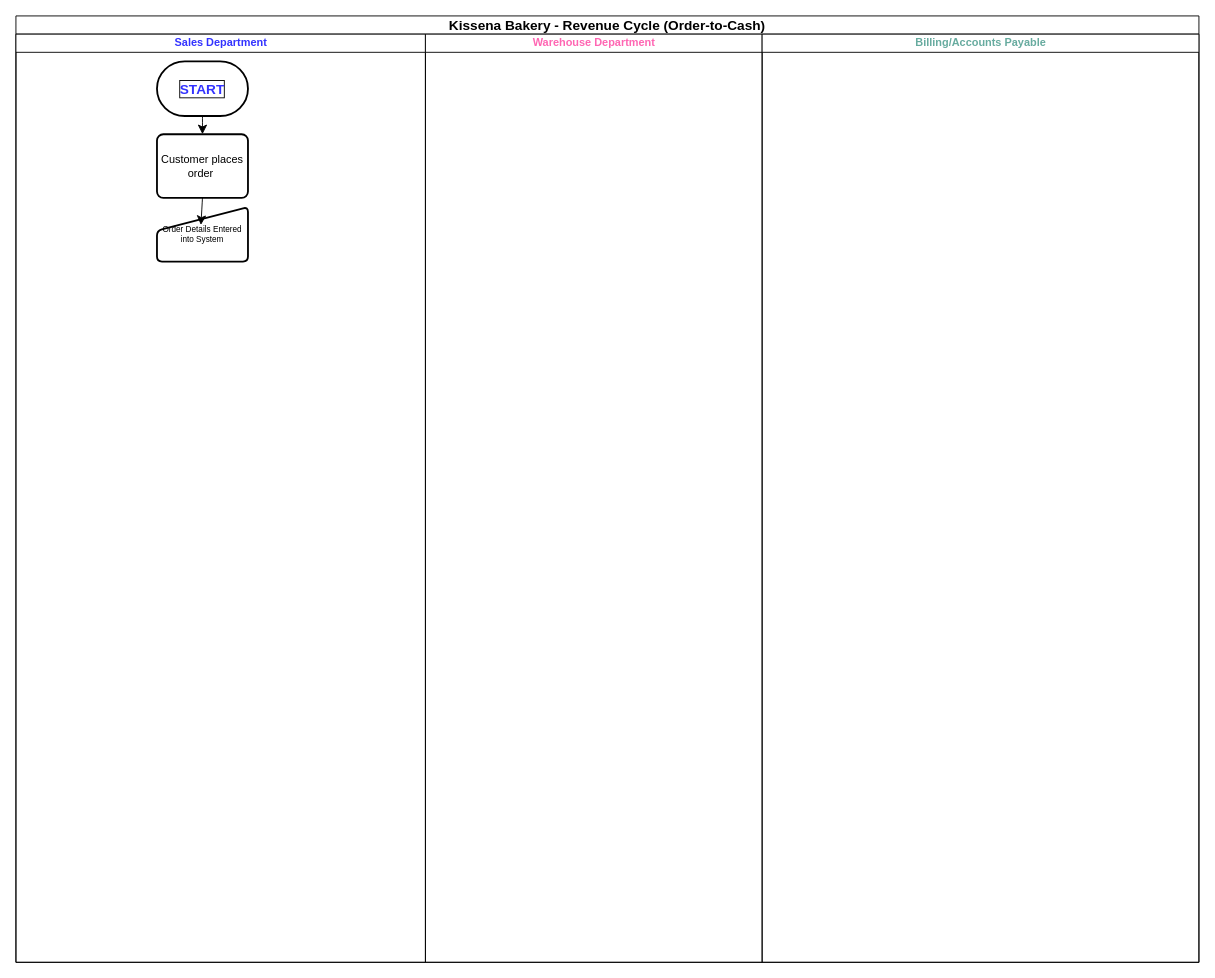
The draw.io diagram Revenue_Cycle_Controls.drawio in jacksharon/drawio, before the edit. Source tidied: cells renumbered, new cells numbered last; positions are measured from the earlier drawing's top-left corner, leaving out a move shared by most shapes. Both pictures are drawn from the tidied source at 91%, with x=0, y=0 at pixel (15, 15).
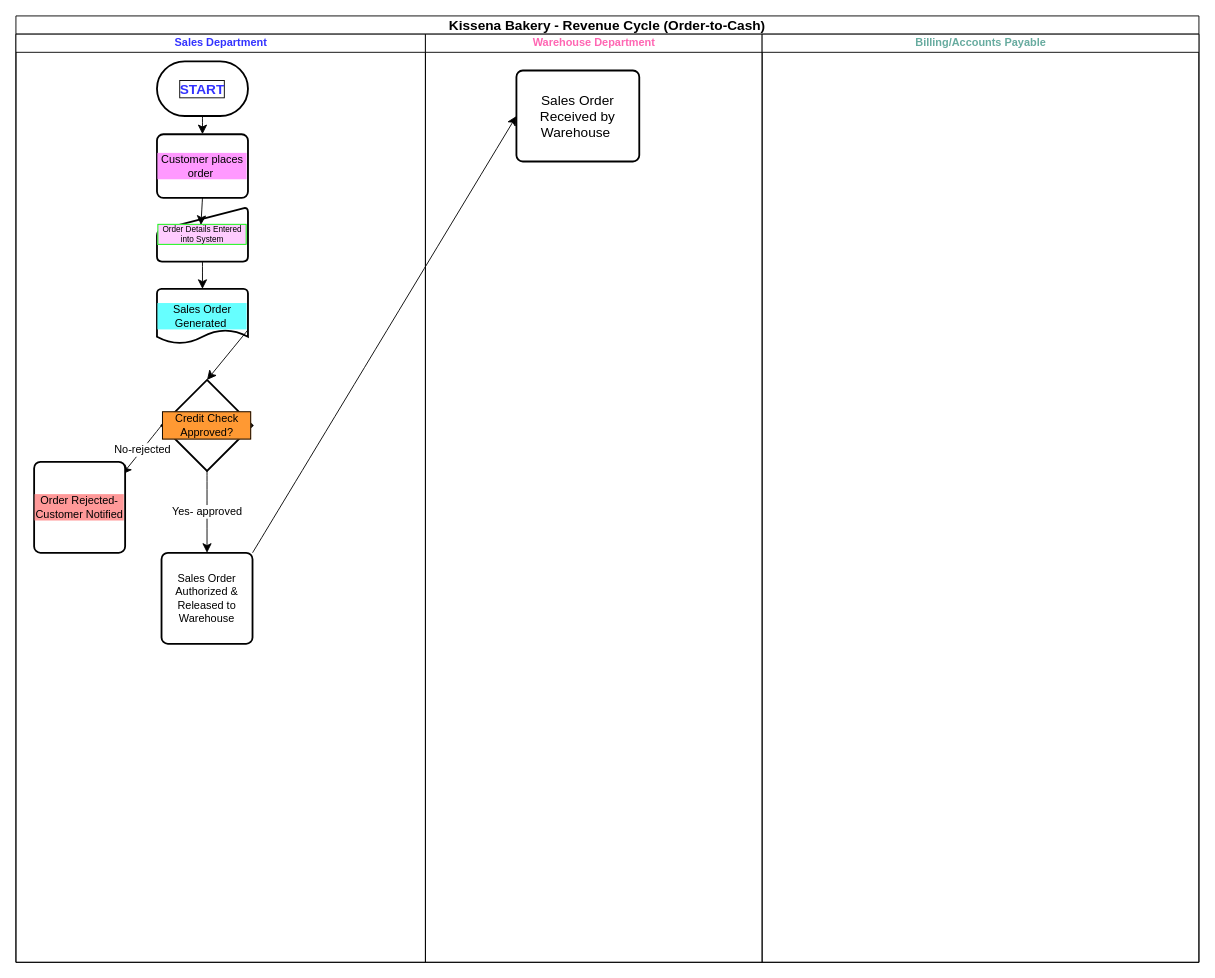
Above is the later version.

Unchanged cells that the change refers to:
```xml
<mxCell id="2" value="Kissena Bakery - Revenue Cycle (Order-to-Cash)" style="swimlane;html=1;startSize=20;whiteSpace=wrap;fontSize=15;" parent="1" vertex="1">
  <mxGeometry width="1300" height="1040" as="geometry" />
</mxCell>
<mxCell id="3" value="Sales Department" style="swimlane;html=1;startSize=20;fontColor=#3333FF;" parent="2" vertex="1">
  <mxGeometry y="20" width="450" height="1020" as="geometry" />
</mxCell>
<mxCell id="9" value="Warehouse Department" style="swimlane;html=1;startSize=20;fontColor=#FF66B3;" parent="2" vertex="1">
  <mxGeometry x="450" y="20" width="370" height="1020" as="geometry" />
</mxCell>
```

What changed in the source:
```diff
@@
-    <mxCell id="6" value="Customer places order&amp;nbsp;" style="rounded=1;whiteSpace=wrap;html=1;absoluteArcSize=1;arcSize=14;strokeWidth=2;" parent="3" vertex="1">
+    <mxCell id="6" value="Customer places order&amp;nbsp;" style="rounded=1;whiteSpace=wrap;html=1;absoluteArcSize=1;arcSize=14;strokeWidth=2;fontColor=#000000;labelBackgroundColor=#FF99FF;" parent="3" vertex="1">
       <mxGeometry x="155" y="110" width="100" height="70" as="geometry" />
     </mxCell>
-    <mxCell id="7" value="Order Details Entered into System" style="html=1;strokeWidth=2;shape=manualInput;whiteSpace=wrap;rounded=1;size=26;arcSize=11;fontSize=9;" parent="3" vertex="1">
+    <mxCell id="7" value="Order Details Entered into System" style="html=1;strokeWidth=2;shape=manualInput;whiteSpace=wrap;rounded=1;size=26;arcSize=11;fontSize=9;labelBorderColor=#00FF00;labelBackgroundColor=#FFCCFF;" parent="3" vertex="1">
       <mxGeometry x="155" y="190" width="100" height="60" as="geometry" />
     </mxCell>
@@
+    <mxCell id="11" value="Sales Order Generated&amp;nbsp;" style="strokeWidth=2;html=1;shape=mxgraph.flowchart.document2;whiteSpace=wrap;size=0.25;labelBackgroundColor=#66FFFF;" parent="3" vertex="1">
+      <mxGeometry x="155" y="280" width="100" height="60" as="geometry" />
+    </mxCell>
+    <mxCell id="12" style="edgeStyle=none;curved=1;rounded=0;jettySize=auto;html=1;exitX=0.5;exitY=1;exitDx=0;exitDy=0;entryX=0.5;entryY=0;entryDx=0;entryDy=0;entryPerimeter=0;fontSize=12;startSize=8;endSize=8;" parent="3" edge="1" source="7" target="11">
+      <mxGeometry relative="1" as="geometry" />
+    </mxCell>
+    <mxCell id="13" value="No-rejected" style="edgeStyle=none;curved=1;rounded=0;jettySize=auto;html=1;exitX=0;exitY=0.5;exitDx=0;exitDy=0;exitPerimeter=0;fontSize=12;startSize=8;endSize=8;entryX=0.969;entryY=0.138;entryDx=0;entryDy=0;entryPerimeter=0;" parent="3" edge="1" source="15" target="17">
+      <mxGeometry relative="1" as="geometry" />
+    </mxCell>
+    <mxCell id="14" value="Yes- approved" style="edgeStyle=none;curved=1;rounded=0;jettySize=auto;html=1;exitX=0.5;exitY=1;exitDx=0;exitDy=0;exitPerimeter=0;fontSize=12;startSize=8;endSize=8;" parent="3" edge="1" source="15" target="18">
+      <mxGeometry relative="1" as="geometry" />
+    </mxCell>
+    <mxCell id="15" value="Credit Check Approved?" style="strokeWidth=2;html=1;shape=mxgraph.flowchart.decision;whiteSpace=wrap;labelBackgroundColor=#FF9933;textShadow=0;labelBorderColor=default;" parent="3" vertex="1">
+      <mxGeometry x="160" y="380" width="100" height="100" as="geometry" />
+    </mxCell>
+    <mxCell id="16" style="edgeStyle=none;curved=1;rounded=0;jettySize=auto;html=1;exitX=1;exitY=0.75;exitDx=0;exitDy=0;exitPerimeter=0;entryX=0.5;entryY=0;entryDx=0;entryDy=0;entryPerimeter=0;fontSize=12;startSize=8;endSize=8;" parent="3" edge="1" source="11" target="15">
+      <mxGeometry relative="1" as="geometry" />
+    </mxCell>
+    <mxCell id="17" value="Order Rejected- Customer Notified" style="rounded=1;whiteSpace=wrap;html=1;absoluteArcSize=1;arcSize=14;strokeWidth=2;labelBackgroundColor=#FF9999;" parent="3" vertex="1">
+      <mxGeometry x="20" y="470" width="100" height="100" as="geometry" />
+    </mxCell>
+    <mxCell id="18" value="Sales Order Authorized &amp;amp; Released to Warehouse" style="rounded=1;whiteSpace=wrap;html=1;absoluteArcSize=1;arcSize=14;strokeWidth=2;labelBackgroundColor=none;" parent="3" vertex="1">
+      <mxGeometry x="160" y="570" width="100" height="100" as="geometry" />
+    </mxCell>
@@
+    <mxCell id="19" value="Sales Order Received by Warehouse&amp;nbsp;" style="rounded=1;whiteSpace=wrap;html=1;absoluteArcSize=1;arcSize=14;strokeWidth=2;fontSize=15;" parent="9" vertex="1">
+      <mxGeometry x="100" y="40" width="135" height="100" as="geometry" />
+    </mxCell>
@@
+    <mxCell id="20" style="edgeStyle=none;curved=1;rounded=0;jettySize=auto;html=1;exitX=1;exitY=0;exitDx=0;exitDy=0;entryX=0;entryY=0.5;entryDx=0;entryDy=0;fontSize=12;startSize=8;endSize=8;" parent="2" edge="1" source="18" target="19">
+      <mxGeometry relative="1" as="geometry" />
+    </mxCell>
```
